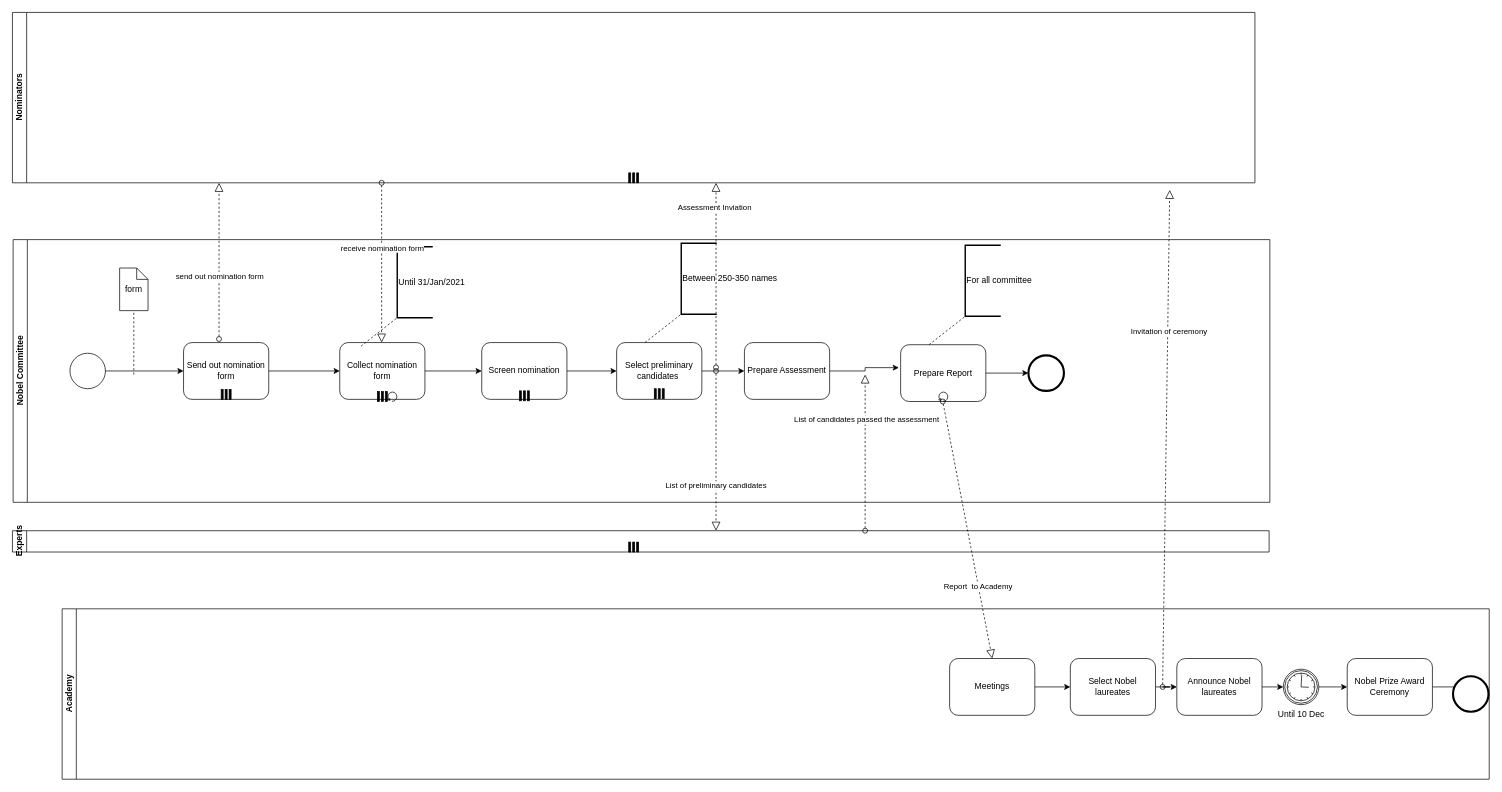
The draw.io diagram page "My Answer" (1 of 2) of Case Study: Rework and Repetition.drawio in cynthiawsy/BPMN, before the edit. Source tidied: cells renumbered, new cells numbered last; positions are measured from the earlier drawing's top-left corner, leaving out a move shared by most shapes. Both pictures are drawn from the tidied source at 71%, with x=0, y=0 at pixel (12, 12).
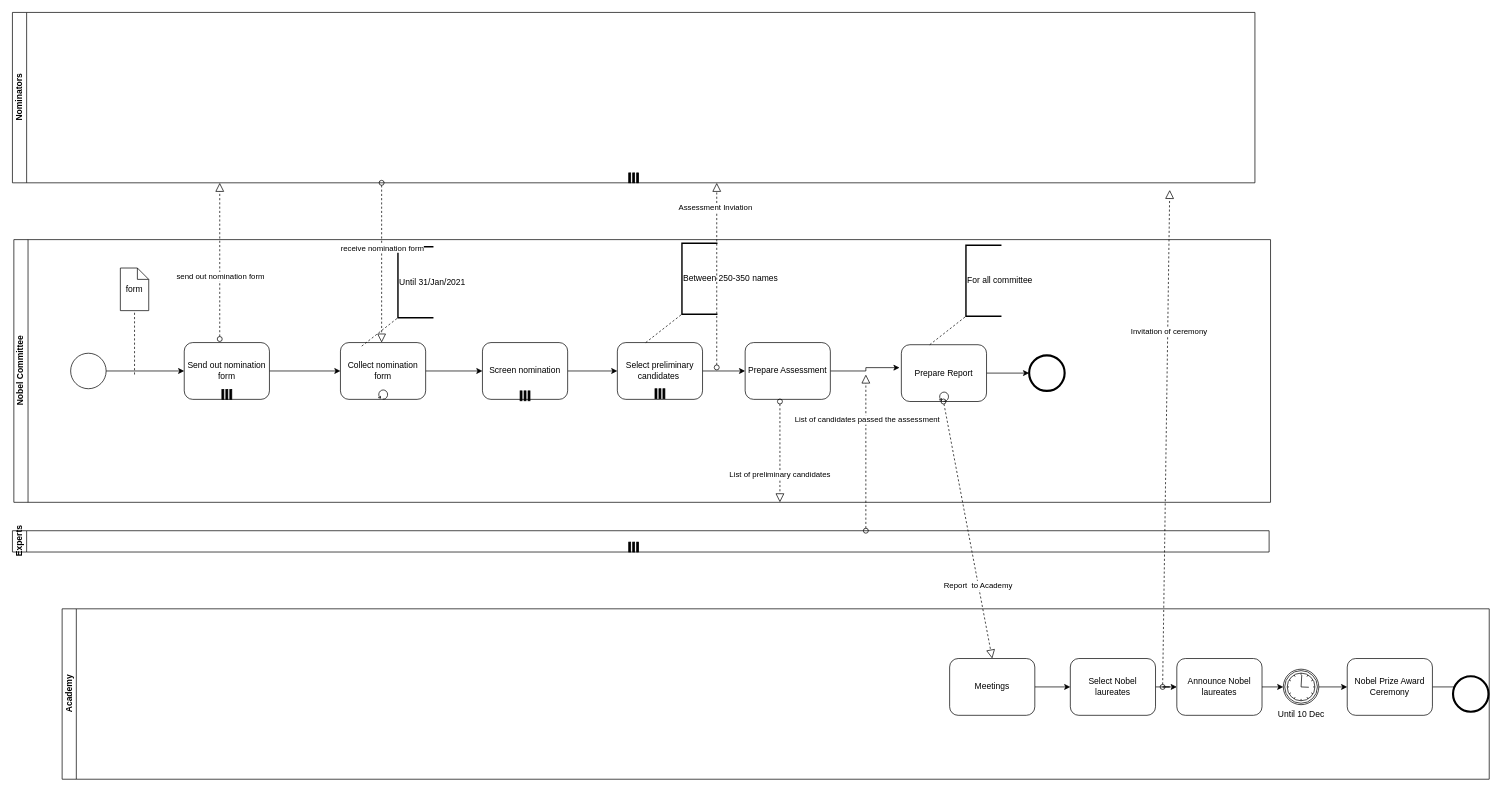
After the change.

The edit, as a diff of the source:
```diff
@@
     <mxCell id="2" value="Nobel Committee" style="swimlane;html=1;horizontal=0;startSize=20;" parent="1" vertex="1">
-      <mxGeometry x="1" y="320" width="1770" height="370" as="geometry" />
+      <mxGeometry x="2" y="320" width="1770" height="370" as="geometry" />
     </mxCell>
@@
-    <mxCell id="10" style="shape=parallelMarker;html=1;" parent="2" vertex="1">
-      <mxGeometry x="513" y="214" width="14" height="14" as="geometry" />
-    </mxCell>
     <mxCell id="11" style="shape=mxgraph.bpmn.loop;html=1;" parent="2" vertex="1">
-      <mxGeometry x="527" y="214" width="14" height="14" as="geometry" />
+      <mxGeometry x="513" y="211" width="14" height="14" as="geometry" />
     </mxCell>
@@
     <mxCell id="24" style="startArrow=oval;startFill=0;startSize=7;endArrow=block;endFill=0;endSize=10;dashed=1;html=1;" parent="2" edge="1">
       <mxGeometry relative="1" as="geometry">
-        <mxPoint x="990" y="185" as="sourcePoint" />
-        <mxPoint x="990" y="410" as="targetPoint" />
+        <mxPoint x="1079" y="228" as="sourcePoint" />
+        <mxPoint x="1079" y="370" as="targetPoint" />
       </mxGeometry>
     </mxCell>
```
